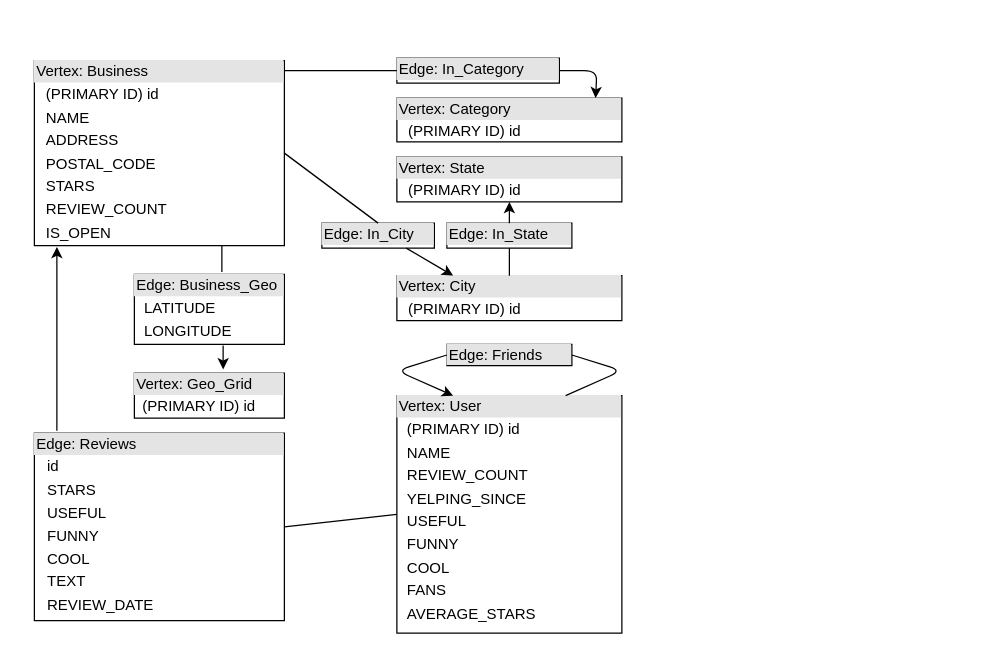
Earlier version of the draw.io diagram providentia-report/drawio/tigergraph-design.drawio (DavidBakerEffendi/providentia). Source tidied: cells renumbered, new cells numbered last; positions are measured from the earlier drawing's top-left corner, leaving out a move shared by most shapes. Both pictures are drawn from the tidied source at 125%, with x=0, y=0 at pixel (34, 58).
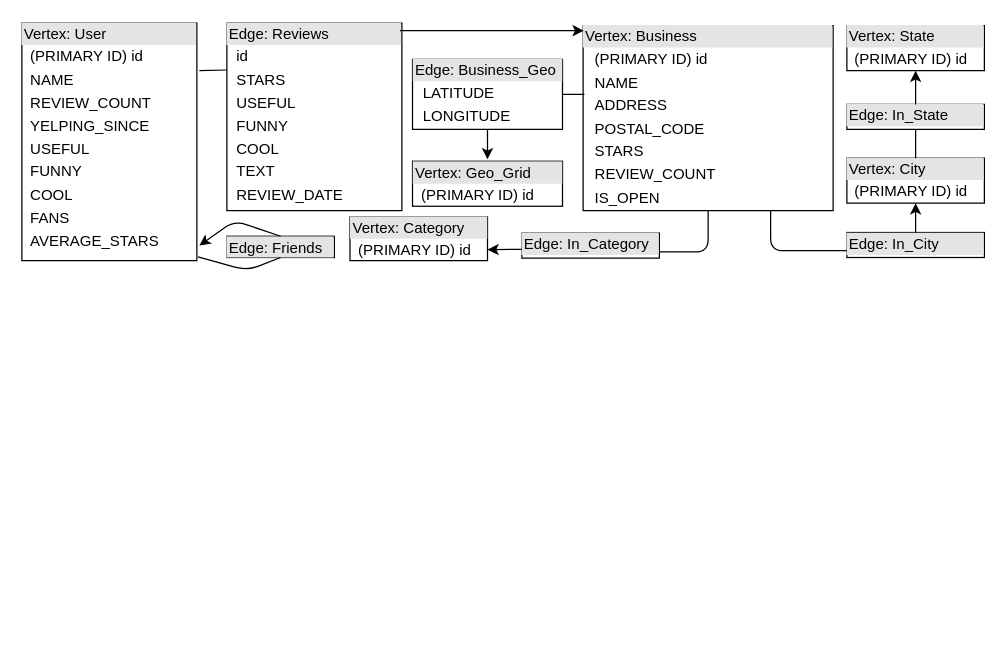
Above is the later version.

Diff of the diagram source:
```diff
@@
     <mxCell id="2" value="&lt;div style=&quot;box-sizing: border-box ; width: 100% ; background: #e4e4e4 ; padding: 2px&quot;&gt;Edge: Reviews&lt;/div&gt;&lt;table style=&quot;width: 100% ; font-size: 1em&quot; cellpadding=&quot;2&quot; cellspacing=&quot;0&quot;&gt;&lt;tbody&gt;&lt;tr&gt;&lt;td&gt;&lt;br&gt;&lt;/td&gt;&lt;td&gt;id&lt;/td&gt;&lt;/tr&gt;&lt;tr&gt;&lt;td&gt;&lt;br&gt;&lt;/td&gt;&lt;td&gt;STARS&lt;/td&gt;&lt;/tr&gt;&lt;tr&gt;&lt;td&gt;&lt;br&gt;&lt;/td&gt;&lt;td&gt;USEFUL&lt;/td&gt;&lt;/tr&gt;&lt;tr&gt;&lt;td&gt;&lt;br&gt;&lt;/td&gt;&lt;td&gt;FUNNY&lt;/td&gt;&lt;/tr&gt;&lt;tr&gt;&lt;td&gt;&lt;br&gt;&lt;/td&gt;&lt;td&gt;COOL&lt;/td&gt;&lt;/tr&gt;&lt;tr&gt;&lt;td&gt;&lt;br&gt;&lt;/td&gt;&lt;td&gt;TEXT&lt;/td&gt;&lt;/tr&gt;&lt;tr&gt;&lt;td&gt;&lt;br&gt;&lt;/td&gt;&lt;td&gt;REVIEW_DATE&lt;/td&gt;&lt;/tr&gt;&lt;/tbody&gt;&lt;/table&gt;" style="verticalAlign=top;align=left;overflow=fill;html=1;" parent="1" vertex="1">
-      <mxGeometry y="300" width="200" height="150" as="geometry" />
+      <mxGeometry x="154" y="-28" width="140" height="150" as="geometry" />
     </mxCell>
     <mxCell id="3" value="&lt;div style=&quot;box-sizing: border-box ; width: 100% ; background: #e4e4e4 ; padding: 2px&quot;&gt;Vertex: Business&lt;/div&gt;&lt;table style=&quot;width: 100% ; font-size: 1em&quot; cellpadding=&quot;2&quot; cellspacing=&quot;0&quot;&gt;&lt;tbody&gt;&lt;tr&gt;&lt;td&gt;&lt;br&gt;&lt;/td&gt;&lt;td&gt;(PRIMARY ID) id&lt;/td&gt;&lt;/tr&gt;&lt;tr&gt;&lt;td&gt;&lt;br&gt;&lt;/td&gt;&lt;td&gt;NAME&lt;/td&gt;&lt;/tr&gt;&lt;tr&gt;&lt;td&gt;&lt;br&gt;&lt;/td&gt;&lt;td&gt;ADDRESS&lt;/td&gt;&lt;/tr&gt;&lt;tr&gt;&lt;td&gt;&lt;br&gt;&lt;/td&gt;&lt;td&gt;POSTAL_CODE&lt;/td&gt;&lt;/tr&gt;&lt;tr&gt;&lt;td&gt;&lt;br&gt;&lt;/td&gt;&lt;td&gt;STARS&lt;/td&gt;&lt;/tr&gt;&lt;tr&gt;&lt;td&gt;&lt;br&gt;&lt;/td&gt;&lt;td&gt;REVIEW_COUNT&lt;/td&gt;&lt;/tr&gt;&lt;tr&gt;&lt;td&gt;&lt;br&gt;&lt;/td&gt;&lt;td&gt;IS_OPEN&lt;/td&gt;&lt;/tr&gt;&lt;/tbody&gt;&lt;/table&gt;" style="verticalAlign=top;align=left;overflow=fill;html=1;" parent="1" vertex="1">
-      <mxGeometry y="2" width="200" height="148" as="geometry" />
+      <mxGeometry x="439" y="-26" width="200" height="148" as="geometry" />
     </mxCell>
     <mxCell id="4" value="&lt;div style=&quot;box-sizing: border-box ; width: 100% ; background: #e4e4e4 ; padding: 2px&quot;&gt;Vertex: Category&lt;/div&gt;&lt;table style=&quot;width: 100% ; font-size: 1em&quot; cellpadding=&quot;2&quot; cellspacing=&quot;0&quot;&gt;&lt;tbody&gt;&lt;tr&gt;&lt;td&gt;&lt;br&gt;&lt;/td&gt;&lt;td&gt;(PRIMARY ID) id&lt;/td&gt;&lt;/tr&gt;&lt;/tbody&gt;&lt;/table&gt;" style="verticalAlign=top;align=left;overflow=fill;html=1;" parent="1" vertex="1">
-      <mxGeometry x="290" y="32" width="180" height="35" as="geometry" />
+      <mxGeometry x="252.5" y="127" width="110" height="35" as="geometry" />
     </mxCell>
     <mxCell id="5" value="&lt;div style=&quot;box-sizing: border-box ; width: 100% ; background: #e4e4e4 ; padding: 2px&quot;&gt;Edge: Friends&lt;/div&gt;&lt;table style=&quot;width: 100% ; font-size: 1em&quot; cellpadding=&quot;2&quot; cellspacing=&quot;0&quot;&gt;&lt;tbody&gt;&lt;/tbody&gt;&lt;/table&gt;" style="verticalAlign=top;align=left;overflow=fill;html=1;" parent="1" vertex="1">
-      <mxGeometry x="330" y="229" width="100" height="17" as="geometry" />
+      <mxGeometry x="154" y="142.5" width="86" height="17" as="geometry" />
     </mxCell>
     <mxCell id="6" value="&lt;div style=&quot;box-sizing: border-box ; width: 100% ; background: #e4e4e4 ; padding: 2px&quot;&gt;Vertex: User&lt;/div&gt;&lt;table style=&quot;width: 100% ; font-size: 1em&quot; cellpadding=&quot;2&quot; cellspacing=&quot;0&quot;&gt;&lt;tbody&gt;&lt;tr&gt;&lt;td&gt;&lt;br&gt;&lt;/td&gt;&lt;td&gt;(PRIMARY ID) id&lt;/td&gt;&lt;/tr&gt;&lt;tr&gt;&lt;td&gt;&lt;br&gt;&lt;/td&gt;&lt;td&gt;NAME&lt;/td&gt;&lt;/tr&gt;&lt;tr&gt;&lt;td&gt;&lt;/td&gt;&lt;td&gt;REVIEW_COUNT&lt;/td&gt;&lt;/tr&gt;&lt;tr&gt;&lt;td&gt;&lt;br&gt;&lt;/td&gt;&lt;td&gt;YELPING_SINCE&lt;/td&gt;&lt;/tr&gt;&lt;tr&gt;&lt;td&gt;&lt;br&gt;&lt;/td&gt;&lt;td&gt;USEFUL&lt;/td&gt;&lt;/tr&gt;&lt;tr&gt;&lt;td&gt;&lt;br&gt;&lt;/td&gt;&lt;td&gt;FUNNY&lt;/td&gt;&lt;/tr&gt;&lt;tr&gt;&lt;td&gt;&lt;br&gt;&lt;/td&gt;&lt;td&gt;COOL&lt;/td&gt;&lt;/tr&gt;&lt;tr&gt;&lt;td&gt;&lt;br&gt;&lt;/td&gt;&lt;td&gt;FANS&lt;/td&gt;&lt;/tr&gt;&lt;tr&gt;&lt;td&gt;&lt;br&gt;&lt;/td&gt;&lt;td&gt;AVERAGE_STARS&lt;/td&gt;&lt;/tr&gt;&lt;/tbody&gt;&lt;/table&gt;" style="verticalAlign=top;align=left;overflow=fill;html=1;" parent="1" vertex="1">
-      <mxGeometry x="290" y="270" width="180" height="190" as="geometry" />
+      <mxGeometry x="-10" y="-28" width="140" height="190" as="geometry" />
     </mxCell>
     <mxCell id="7" value="&lt;div style=&quot;box-sizing: border-box ; width: 100% ; background: #e4e4e4 ; padding: 2px&quot;&gt;Vertex: City&lt;/div&gt;&lt;table style=&quot;width: 100% ; font-size: 1em&quot; cellpadding=&quot;2&quot; cellspacing=&quot;0&quot;&gt;&lt;tbody&gt;&lt;tr&gt;&lt;td&gt;&lt;br&gt;&lt;/td&gt;&lt;td&gt;(PRIMARY ID) id&lt;/td&gt;&lt;/tr&gt;&lt;/tbody&gt;&lt;/table&gt;" style="verticalAlign=top;align=left;overflow=fill;html=1;" parent="1" vertex="1">
-      <mxGeometry x="290" y="174" width="180" height="36" as="geometry" />
+      <mxGeometry x="650" y="80" width="110" height="36" as="geometry" />
     </mxCell>
     <mxCell id="8" value="&lt;div style=&quot;box-sizing: border-box ; width: 100% ; background: #e4e4e4 ; padding: 2px&quot;&gt;Edge: In_Category&lt;/div&gt;&lt;table style=&quot;width: 100% ; font-size: 1em&quot; cellpadding=&quot;2&quot; cellspacing=&quot;0&quot;&gt;&lt;tbody&gt;&lt;/tbody&gt;&lt;/table&gt;" style="verticalAlign=top;align=left;overflow=fill;html=1;" parent="1" vertex="1">
-      <mxGeometry x="290" width="130" height="20" as="geometry" />
+      <mxGeometry x="390" y="140" width="110" height="20" as="geometry" />
     </mxCell>
     <mxCell id="9" value="&lt;div style=&quot;box-sizing: border-box ; width: 100% ; background: #e4e4e4 ; padding: 2px&quot;&gt;Vertex: State&lt;/div&gt;&lt;table style=&quot;width: 100% ; font-size: 1em&quot; cellpadding=&quot;2&quot; cellspacing=&quot;0&quot;&gt;&lt;tbody&gt;&lt;tr&gt;&lt;td&gt;&lt;br&gt;&lt;/td&gt;&lt;td&gt;(PRIMARY ID) id&lt;/td&gt;&lt;/tr&gt;&lt;tr&gt;&lt;td&gt;&lt;/td&gt;&lt;td&gt;&lt;br&gt;&lt;/td&gt;&lt;/tr&gt;&lt;/tbody&gt;&lt;/table&gt;" style="verticalAlign=top;align=left;overflow=fill;html=1;" parent="1" vertex="1">
-      <mxGeometry x="290" y="79" width="180" height="36" as="geometry" />
+      <mxGeometry x="650" y="-26" width="110" height="36" as="geometry" />
     </mxCell>
-    <mxCell id="10" style="endArrow=classic;html=1;entryX=0.09;entryY=1.007;entryDx=0;entryDy=0;exitX=0.09;exitY=-0.013;exitDx=0;exitDy=0;exitPerimeter=0;entryPerimeter=0;" parent="1" edge="1" source="2" target="3">
-      <mxGeometry relative="1" as="geometry" />
+    <mxCell id="10" style="endArrow=classic;html=1;" parent="1" edge="1">
+      <mxGeometry relative="1" as="geometry">
+        <mxPoint x="292.5" y="-22" as="sourcePoint" />
+        <mxPoint x="439.5" y="-22" as="targetPoint" />
+      </mxGeometry>
     </mxCell>
-    <mxCell id="11" style="endArrow=none;html=1;entryX=0;entryY=0.5;entryDx=0;entryDy=0;exitX=1;exitY=0.5;exitDx=0;exitDy=0;" parent="1" edge="1" source="2" target="6">
-      <mxGeometry relative="1" as="geometry" />
+    <mxCell id="11" style="endArrow=none;html=1;exitX=0;exitY=0.25;exitDx=0;exitDy=0;" parent="1" edge="1" source="2">
+      <mxGeometry relative="1" as="geometry">
+        <mxPoint x="132" y="10" as="targetPoint" />
+      </mxGeometry>
     </mxCell>
-    <mxCell id="12" style="endArrow=classic;html=1;entryX=0.25;entryY=0;entryDx=0;entryDy=0;exitX=0;exitY=0.5;exitDx=0;exitDy=0;" parent="1" edge="1" source="5" target="6">
+    <mxCell id="12" style="endArrow=classic;html=1;exitX=0.5;exitY=0;exitDx=0;exitDy=0;" parent="1" edge="1" source="5">
       <mxGeometry relative="1" as="geometry">
+        <mxPoint x="132" y="150" as="targetPoint" />
         <Array as="points">
-          <mxPoint x="290" y="250" />
+          <mxPoint x="160" y="130" />
         </Array>
       </mxGeometry>
     </mxCell>
-    <mxCell id="13" style="endArrow=none;html=1;entryX=0.75;entryY=0;entryDx=0;entryDy=0;exitX=1;exitY=0.5;exitDx=0;exitDy=0;" parent="1" edge="1" source="5" target="6">
+    <mxCell id="13" style="endArrow=none;html=1;exitX=0.5;exitY=1;exitDx=0;exitDy=0;entryX=1.007;entryY=0.984;entryDx=0;entryDy=0;entryPerimeter=0;" parent="1" edge="1" source="5" target="6">
       <mxGeometry relative="1" as="geometry">
         <Array as="points">
-          <mxPoint x="470" y="250" />
+          <mxPoint x="170" y="170" />
         </Array>
       </mxGeometry>
     </mxCell>
     <mxCell id="14" value="&lt;div style=&quot;box-sizing: border-box ; width: 100% ; background: #e4e4e4 ; padding: 2px&quot;&gt;Edge: In_City&lt;/div&gt;&lt;table style=&quot;width: 100% ; font-size: 1em&quot; cellpadding=&quot;2&quot; cellspacing=&quot;0&quot;&gt;&lt;tbody&gt;&lt;/tbody&gt;&lt;/table&gt;" style="verticalAlign=top;align=left;overflow=fill;html=1;" parent="1" vertex="1">
-      <mxGeometry x="230" y="132" width="90" height="20" as="geometry" />
+      <mxGeometry x="650" y="139.5" width="110" height="20" as="geometry" />
     </mxCell>
     <mxCell id="15" value="&lt;div style=&quot;box-sizing: border-box ; width: 100% ; background: #e4e4e4 ; padding: 2px&quot;&gt;Edge: In_State&lt;/div&gt;" style="verticalAlign=top;align=left;overflow=fill;html=1;" parent="1" vertex="1">
-      <mxGeometry x="330" y="132" width="100" height="20" as="geometry" />
+      <mxGeometry x="650" y="37" width="110" height="20" as="geometry" />
     </mxCell>
-    <mxCell id="16" style="endArrow=none;html=1;entryX=1;entryY=0.5;entryDx=0;entryDy=0;exitX=0.5;exitY=0;exitDx=0;exitDy=0;" parent="1" edge="1" source="14" target="3">
-      <mxGeometry relative="1" as="geometry" />
+    <mxCell id="16" style="endArrow=none;html=1;entryX=0.75;entryY=1;entryDx=0;entryDy=0;" parent="1" edge="1" target="3">
+      <mxGeometry relative="1" as="geometry">
+        <mxPoint x="650" y="154" as="sourcePoint" />
+        <Array as="points">
+          <mxPoint x="589" y="154" />
+        </Array>
+      </mxGeometry>
     </mxCell>
-    <mxCell id="17" style="endArrow=classic;html=1;entryX=0.25;entryY=0;entryDx=0;entryDy=0;exitX=0.75;exitY=1;exitDx=0;exitDy=0;" parent="1" edge="1" source="14" target="7">
+    <mxCell id="17" style="endArrow=classic;html=1;entryX=0.5;entryY=1;entryDx=0;entryDy=0;exitX=0.5;exitY=0;exitDx=0;exitDy=0;" parent="1" edge="1" source="14" target="7">
       <mxGeometry relative="1" as="geometry" />
     </mxCell>
@@
-    <mxCell id="20" style="endArrow=none;html=1;exitX=0;exitY=0.5;exitDx=0;exitDy=0;" parent="1" edge="1" source="8">
+    <mxCell id="20" style="endArrow=none;html=1;entryX=0.5;entryY=1;entryDx=0;entryDy=0;exitX=1;exitY=0.75;exitDx=0;exitDy=0;" parent="1" edge="1" source="8" target="3">
       <mxGeometry relative="1" as="geometry">
-        <mxPoint x="200" y="10" as="targetPoint" />
+        <Array as="points">
+          <mxPoint x="539" y="155" />
+        </Array>
       </mxGeometry>
     </mxCell>
-    <mxCell id="21" style="endArrow=classic;html=1;exitX=1;exitY=0.5;exitDx=0;exitDy=0;exitPerimeter=0;" parent="1" edge="1" source="8">
+    <mxCell id="21" style="endArrow=classic;html=1;entryX=1;entryY=0.75;entryDx=0;entryDy=0;" parent="1" edge="1" target="4">
       <mxGeometry relative="1" as="geometry">
-        <mxPoint x="449" y="32" as="targetPoint" />
-        <Array as="points">
-          <mxPoint x="450" y="10" />
-        </Array>
+        <mxPoint x="390" y="153" as="sourcePoint" />
       </mxGeometry>
     </mxCell>
     <mxCell id="22" value="&lt;div style=&quot;box-sizing: border-box ; width: 100% ; background: #e4e4e4 ; padding: 2px&quot;&gt;Vertex: Geo_Grid&lt;/div&gt;&lt;table style=&quot;width: 100% ; font-size: 1em&quot; cellpadding=&quot;2&quot; cellspacing=&quot;0&quot;&gt;&lt;tbody&gt;&lt;tr&gt;&lt;td&gt;&lt;br&gt;&lt;/td&gt;&lt;td&gt;(PRIMARY ID) id&lt;/td&gt;&lt;/tr&gt;&lt;tr&gt;&lt;td&gt;&lt;/td&gt;&lt;td&gt;&lt;br&gt;&lt;/td&gt;&lt;/tr&gt;&lt;/tbody&gt;&lt;/table&gt;" style="verticalAlign=top;align=left;overflow=fill;html=1;" parent="1" vertex="1">
-      <mxGeometry x="80" y="252" width="120" height="36" as="geometry" />
+      <mxGeometry x="302.5" y="82.5" width="120" height="36" as="geometry" />
     </mxCell>
     <mxCell id="23" value="&lt;div style=&quot;box-sizing: border-box ; width: 100% ; background: #e4e4e4 ; padding: 2px&quot;&gt;Edge: Business_Geo&lt;/div&gt;&lt;table style=&quot;width: 100% ; font-size: 1em&quot; cellpadding=&quot;2&quot; cellspacing=&quot;0&quot;&gt;&lt;tbody&gt;&lt;tr&gt;&lt;td&gt;&lt;br&gt;&lt;/td&gt;&lt;td&gt;LATITUDE&lt;/td&gt;&lt;/tr&gt;&lt;tr&gt;&lt;td&gt;&lt;br&gt;&lt;/td&gt;&lt;td&gt;LONGITUDE&lt;/td&gt;&lt;/tr&gt;&lt;tr&gt;&lt;td&gt;&lt;/td&gt;&lt;td&gt;&lt;br&gt;&lt;/td&gt;&lt;/tr&gt;&lt;/tbody&gt;&lt;/table&gt;" style="verticalAlign=top;align=left;overflow=fill;html=1;rounded=0;glass=0;" parent="1" vertex="1">
-      <mxGeometry x="80" y="173" width="120" height="56" as="geometry" />
+      <mxGeometry x="302.5" y="1" width="120" height="56" as="geometry" />
     </mxCell>
-    <mxCell id="24" style="endArrow=none;html=1;entryX=0.75;entryY=1;entryDx=0;entryDy=0;" parent="1" edge="1" target="3">
+    <mxCell id="24" style="endArrow=none;html=1;exitX=1;exitY=0.5;exitDx=0;exitDy=0;" parent="1" edge="1" source="23">
       <mxGeometry relative="1" as="geometry">
-        <mxPoint x="150" y="171" as="sourcePoint" />
+        <mxPoint x="440" y="29" as="targetPoint" />
       </mxGeometry>
     </mxCell>
-    <mxCell id="25" style="endArrow=classic;html=1;entryX=0.592;entryY=-0.083;entryDx=0;entryDy=0;entryPerimeter=0;" parent="1" edge="1" target="22">
+    <mxCell id="25" style="endArrow=classic;html=1;exitX=0.5;exitY=1;exitDx=0;exitDy=0;" parent="1" edge="1" source="23">
       <mxGeometry relative="1" as="geometry">
-        <mxPoint x="151" y="230" as="sourcePoint" />
+        <mxPoint x="362.5" y="81" as="targetPoint" />
       </mxGeometry>
     </mxCell>
```
